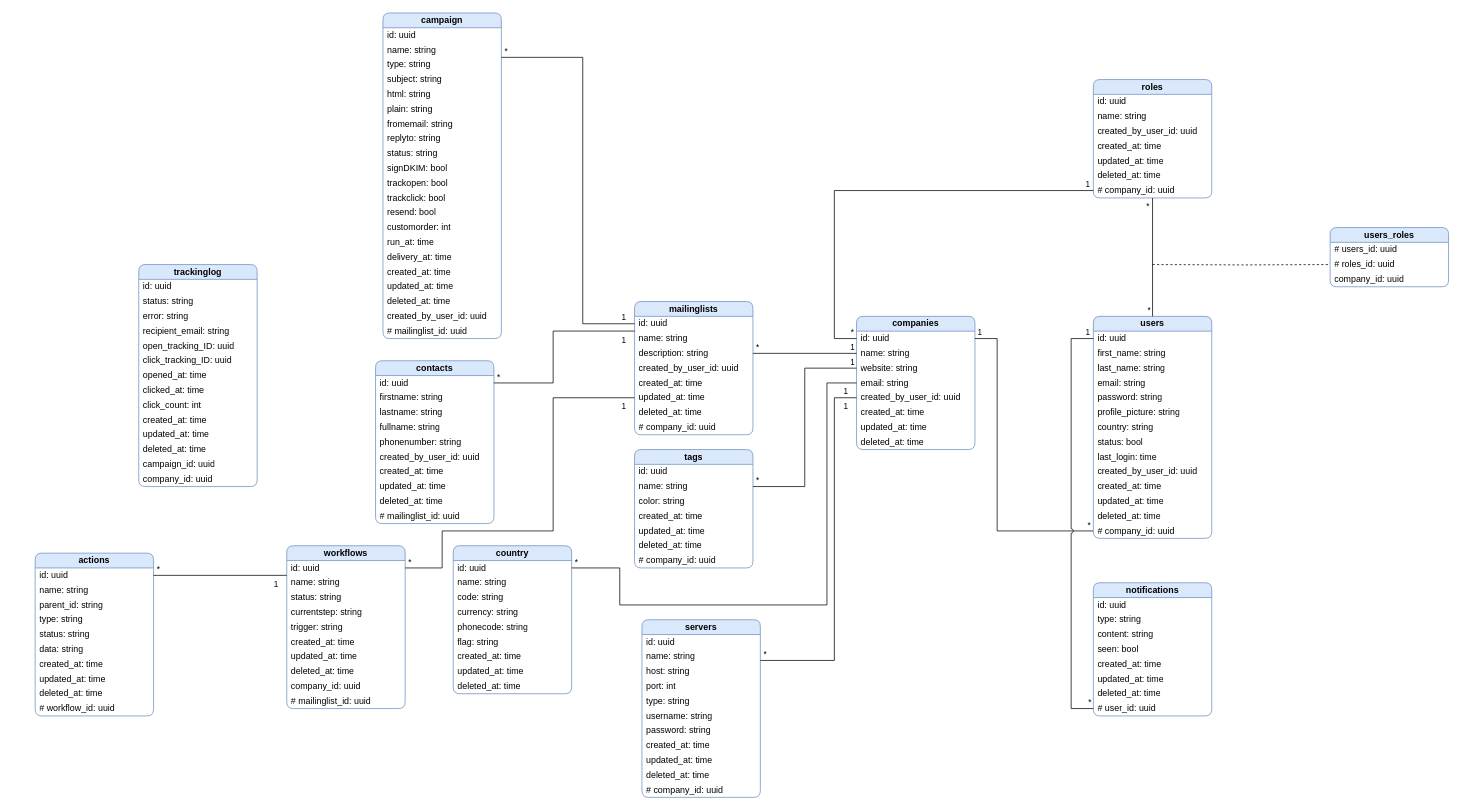
This is your_project/class_diagram.drawio from wassim20/golang, a draw.io file, before an edit. Source tidied: cells renumbered, new cells numbered last; positions are measured from the earlier drawing's top-left corner, leaving out a move shared by most shapes. Both pictures are drawn from the tidied source at 74%, with x=0, y=0 at pixel (35, 13).
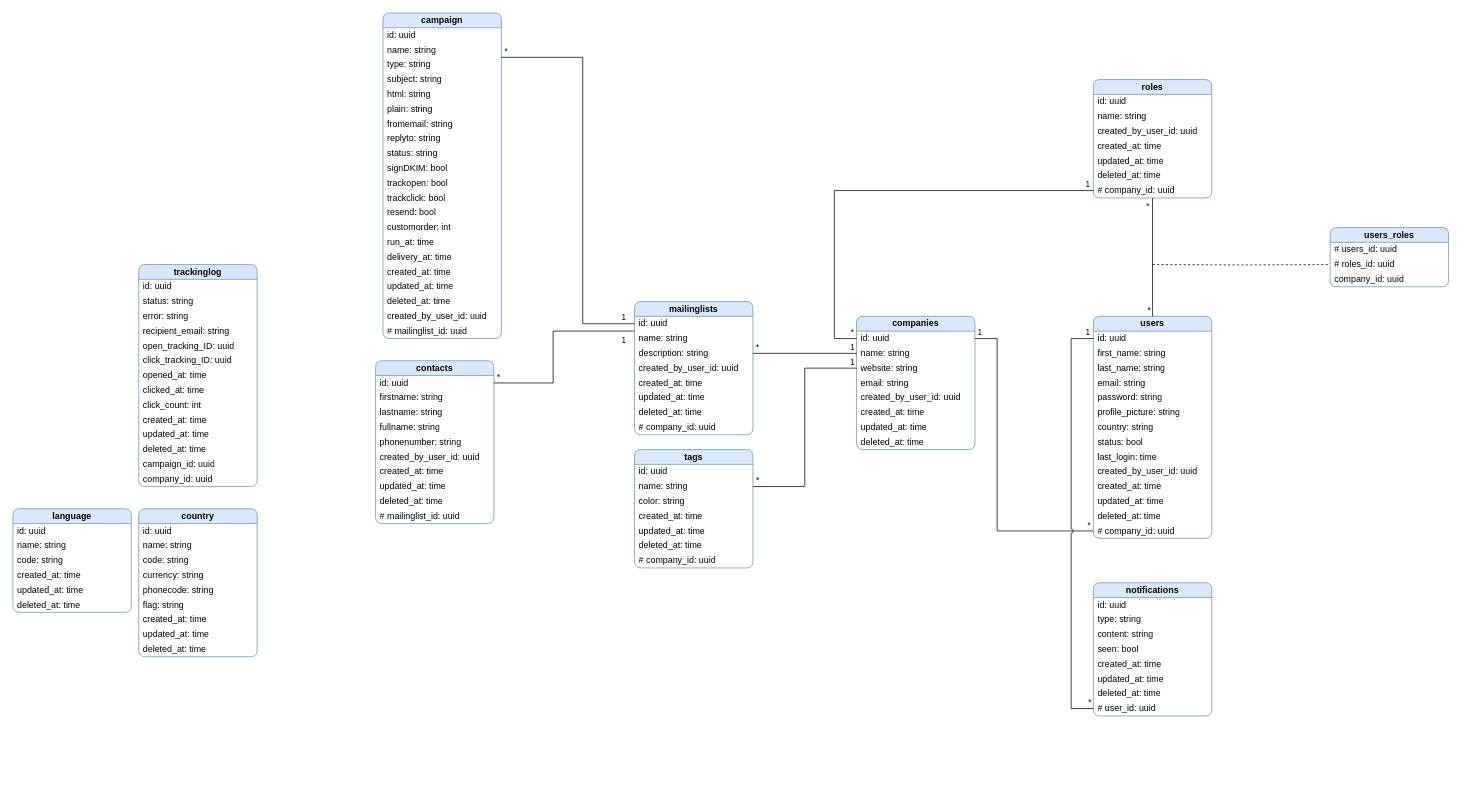
After the change.

Commit message (it also covers changes not shown here):
workflow fully done

The change refers to these unchanged cells:
```xml
<mxCell id="6" value="email: string" style="text;html=1;strokeColor=none;fillColor=none;align=left;verticalAlign=middle;spacingLeft=4;spacingRight=4;overflow=hidden;points=[[0,0.5],[1,0.5]];portConstraint=eastwest;whiteSpace=wrap;" parent="2" vertex="1">
  <mxGeometry y="80" width="160" height="20" as="geometry" />
</mxCell>
<mxCell id="7" value="created_by_user_id: uuid" style="text;html=1;strokeColor=none;fillColor=none;align=left;verticalAlign=middle;spacingLeft=4;spacingRight=4;overflow=hidden;points=[[0,0.5],[1,0.5]];portConstraint=eastwest;whiteSpace=wrap;" parent="2" vertex="1">
  <mxGeometry y="100" width="160" height="20" as="geometry" />
</mxCell>
<mxCell id="138" value="id: uuid" style="text;html=1;strokeColor=none;fillColor=none;align=left;verticalAlign=middle;spacingLeft=4;spacingRight=4;overflow=hidden;points=[[0,0.5],[1,0.5]];portConstraint=eastwest;whiteSpace=wrap;" parent="137" vertex="1">
  <mxGeometry y="20" width="160" height="20" as="geometry" />
</mxCell>
```

What changed in the source:
```diff
@@
     <mxCell id="137" value="&lt;b&gt;country&lt;/b&gt;" style="swimlane;fontStyle=0;align=center;verticalAlign=middle;horizontal=1;startSize=20;html=1;whiteSpace=wrap;rounded=1;fillColor=#dae8fc;strokeColor=#6c8ebf;" parent="1" vertex="1">
-      <mxGeometry x="565" y="720" width="160" height="200" as="geometry" />
+      <mxGeometry x="140" y="670" width="160" height="200" as="geometry" />
     </mxCell>
@@
-    <mxCell id="147" style="endArrow=none;html=1;edgeStyle=orthogonalEdgeStyle;rounded=0;jumpStyle=arc;exitX=0;exitY=0.5;exitDx=0;exitDy=0;entryX=1;entryY=0.5;entryDx=0;entryDy=0;" parent="1" edge="1" source="6" target="138">
-      <mxGeometry relative="1" as="geometry">
-        <Array as="points">
-          <mxPoint x="1070" y="500" />
-          <mxPoint x="1070" y="800" />
-          <mxPoint x="790" y="800" />
-          <mxPoint x="790" y="750" />
-        </Array>
-      </mxGeometry>
-    </mxCell>
-    <mxCell id="148" value="1" style="edgeLabel;html=1;align=left;verticalAlign=bottom;" parent="147" vertex="1">
-      <mxGeometry x="-1" relative="1" as="geometry">
-        <mxPoint x="-19" y="20" as="offset" />
-      </mxGeometry>
-    </mxCell>
-    <mxCell id="149" value="*" style="edgeLabel;html=1;align=right;verticalAlign=bottom;" parent="147" vertex="1">
-      <mxGeometry x="1" relative="1" as="geometry">
-        <mxPoint x="9" as="offset" />
-      </mxGeometry>
-    </mxCell>
-    <mxCell id="150" value="&lt;b&gt;servers&lt;/b&gt;" style="swimlane;fontStyle=0;align=center;verticalAlign=middle;horizontal=1;startSize=20;html=1;whiteSpace=wrap;rounded=1;fillColor=#dae8fc;strokeColor=#6c8ebf;" parent="1" vertex="1">
-      <mxGeometry x="820" y="820" width="160" height="240" as="geometry" />
-    </mxCell>
-    <mxCell id="151" value="id: uuid" style="text;html=1;strokeColor=none;fillColor=none;align=left;verticalAlign=middle;spacingLeft=4;spacingRight=4;overflow=hidden;whiteSpace=wrap;" parent="150" vertex="1">
-      <mxGeometry y="20" width="160" height="20" as="geometry" />
-    </mxCell>
-    <mxCell id="152" value="name: string" style="text;html=1;strokeColor=none;fillColor=none;align=left;verticalAlign=middle;spacingLeft=4;spacingRight=4;overflow=hidden;whiteSpace=wrap;" parent="150" vertex="1">
-      <mxGeometry y="40" width="160" height="20" as="geometry" />
-    </mxCell>
-    <mxCell id="153" value="host: string" style="text;html=1;strokeColor=none;fillColor=none;align=left;verticalAlign=middle;spacingLeft=4;spacingRight=4;overflow=hidden;whiteSpace=wrap;" parent="150" vertex="1">
-      <mxGeometry y="60" width="160" height="20" as="geometry" />
-    </mxCell>
-    <mxCell id="154" value="port: int" style="text;html=1;strokeColor=none;fillColor=none;align=left;verticalAlign=middle;spacingLeft=4;spacingRight=4;overflow=hidden;whiteSpace=wrap;" parent="150" vertex="1">
-      <mxGeometry y="80" width="160" height="20" as="geometry" />
-    </mxCell>
-    <mxCell id="155" value="type: string" style="text;html=1;strokeColor=none;fillColor=none;align=left;verticalAlign=middle;spacingLeft=4;spacingRight=4;overflow=hidden;whiteSpace=wrap;" parent="150" vertex="1">
-      <mxGeometry y="100" width="160" height="20" as="geometry" />
-    </mxCell>
-    <mxCell id="156" value="username: string" style="text;html=1;strokeColor=none;fillColor=none;align=left;verticalAlign=middle;spacingLeft=4;spacingRight=4;overflow=hidden;whiteSpace=wrap;" parent="150" vertex="1">
-      <mxGeometry y="120" width="160" height="20" as="geometry" />
-    </mxCell>
-    <mxCell id="157" value="password: string" style="text;html=1;strokeColor=none;fillColor=none;align=left;verticalAlign=middle;spacingLeft=4;spacingRight=4;overflow=hidden;whiteSpace=wrap;" parent="150" vertex="1">
-      <mxGeometry y="140" width="160" height="20" as="geometry" />
-    </mxCell>
-    <mxCell id="158" value="created_at:&amp;nbsp;time" style="text;html=1;strokeColor=none;fillColor=none;align=left;verticalAlign=middle;spacingLeft=4;spacingRight=4;overflow=hidden;whiteSpace=wrap;" parent="150" vertex="1">
-      <mxGeometry y="160" width="160" height="20" as="geometry" />
-    </mxCell>
-    <mxCell id="159" value="updated_at:&amp;nbsp;time" style="text;html=1;strokeColor=none;fillColor=none;align=left;verticalAlign=middle;spacingLeft=4;spacingRight=4;overflow=hidden;whiteSpace=wrap;" parent="150" vertex="1">
-      <mxGeometry y="180" width="160" height="20" as="geometry" />
-    </mxCell>
-    <mxCell id="160" value="deleted_at:&amp;nbsp;time" style="text;html=1;strokeColor=none;fillColor=none;align=left;verticalAlign=middle;spacingLeft=4;spacingRight=4;overflow=hidden;whiteSpace=wrap;" parent="150" vertex="1">
-      <mxGeometry y="200" width="160" height="20" as="geometry" />
-    </mxCell>
-    <mxCell id="161" value="# company_id:&amp;nbsp;uuid" style="text;html=1;strokeColor=none;fillColor=none;align=left;verticalAlign=middle;spacingLeft=4;spacingRight=4;overflow=hidden;whiteSpace=wrap;" parent="150" vertex="1">
-      <mxGeometry y="220" width="160" height="20" as="geometry" />
-    </mxCell>
-    <mxCell id="162" value="&lt;b&gt;workflows&lt;/b&gt;" style="swimlane;fontStyle=0;align=center;verticalAlign=middle;horizontal=1;startSize=20;html=1;whiteSpace=wrap;rounded=1;fillColor=#dae8fc;strokeColor=#6c8ebf;" parent="1" vertex="1">
-      <mxGeometry x="340" y="720" width="160" height="220" as="geometry" />
-    </mxCell>
-    <mxCell id="163" value="id: uuid" style="text;html=1;strokeColor=none;fillColor=none;align=left;verticalAlign=middle;spacingLeft=4;spacingRight=4;overflow=hidden;points=[[0,0.5],[1,0.5]];portConstraint=eastwest;whiteSpace=wrap;" parent="162" vertex="1">
-      <mxGeometry y="20" width="160" height="20" as="geometry" />
-    </mxCell>
-    <mxCell id="164" value="name: string" style="text;html=1;strokeColor=none;fillColor=none;align=left;verticalAlign=middle;spacingLeft=4;spacingRight=4;overflow=hidden;whiteSpace=wrap;" parent="162" vertex="1">
-      <mxGeometry y="40" width="160" height="20" as="geometry" />
-    </mxCell>
-    <mxCell id="165" value="status: string" style="text;html=1;strokeColor=none;fillColor=none;align=left;verticalAlign=middle;spacingLeft=4;spacingRight=4;overflow=hidden;whiteSpace=wrap;" parent="162" vertex="1">
-      <mxGeometry y="60" width="160" height="20" as="geometry" />
-    </mxCell>
-    <mxCell id="166" value="currentstep: string" style="text;html=1;strokeColor=none;fillColor=none;align=left;verticalAlign=middle;spacingLeft=4;spacingRight=4;overflow=hidden;whiteSpace=wrap;" parent="162" vertex="1">
-      <mxGeometry y="80" width="160" height="20" as="geometry" />
-    </mxCell>
-    <mxCell id="167" value="trigger: string" style="text;html=1;strokeColor=none;fillColor=none;align=left;verticalAlign=middle;spacingLeft=4;spacingRight=4;overflow=hidden;whiteSpace=wrap;" parent="162" vertex="1">
-      <mxGeometry y="100" width="160" height="20" as="geometry" />
-    </mxCell>
-    <mxCell id="168" value="created_at:&amp;nbsp;time" style="text;html=1;strokeColor=none;fillColor=none;align=left;verticalAlign=middle;spacingLeft=4;spacingRight=4;overflow=hidden;whiteSpace=wrap;" parent="162" vertex="1">
-      <mxGeometry y="120" width="160" height="20" as="geometry" />
-    </mxCell>
-    <mxCell id="169" value="updated_at:&amp;nbsp;time" style="text;html=1;strokeColor=none;fillColor=none;align=left;verticalAlign=middle;spacingLeft=4;spacingRight=4;overflow=hidden;whiteSpace=wrap;" parent="162" vertex="1">
-      <mxGeometry y="140" width="160" height="20" as="geometry" />
-    </mxCell>
-    <mxCell id="170" value="deleted_at:&amp;nbsp;time" style="text;html=1;strokeColor=none;fillColor=none;align=left;verticalAlign=middle;spacingLeft=4;spacingRight=4;overflow=hidden;whiteSpace=wrap;" parent="162" vertex="1">
-      <mxGeometry y="160" width="160" height="20" as="geometry" />
-    </mxCell>
-    <mxCell id="171" value="company_id:&amp;nbsp;uuid" style="text;html=1;strokeColor=none;fillColor=none;align=left;verticalAlign=middle;spacingLeft=4;spacingRight=4;overflow=hidden;whiteSpace=wrap;" parent="162" vertex="1">
-      <mxGeometry y="180" width="160" height="20" as="geometry" />
-    </mxCell>
-    <mxCell id="172" value="# mailinglist_id:&amp;nbsp;uuid" style="text;html=1;strokeColor=none;fillColor=none;align=left;verticalAlign=middle;spacingLeft=4;spacingRight=4;overflow=hidden;whiteSpace=wrap;" parent="162" vertex="1">
-      <mxGeometry y="200" width="160" height="20" as="geometry" />
-    </mxCell>
-    <mxCell id="173" value="&lt;b&gt;actions&lt;/b&gt;" style="swimlane;fontStyle=0;align=center;verticalAlign=middle;horizontal=1;startSize=20;html=1;whiteSpace=wrap;rounded=1;fillColor=#dae8fc;strokeColor=#6c8ebf;" parent="1" vertex="1">
-      <mxGeometry y="730" width="160" height="220" as="geometry" />
-    </mxCell>
-    <mxCell id="174" value="id: uuid" style="text;html=1;strokeColor=none;fillColor=none;align=left;verticalAlign=middle;spacingLeft=4;spacingRight=4;overflow=hidden;points=[[0,0.5],[1,0.5]];portConstraint=eastwest;whiteSpace=wrap;" parent="173" vertex="1">
-      <mxGeometry y="20" width="160" height="20" as="geometry" />
-    </mxCell>
-    <mxCell id="175" value="name: string" style="text;html=1;strokeColor=none;fillColor=none;align=left;verticalAlign=middle;spacingLeft=4;spacingRight=4;overflow=hidden;whiteSpace=wrap;" parent="173" vertex="1">
-      <mxGeometry y="40" width="160" height="20" as="geometry" />
-    </mxCell>
-    <mxCell id="176" value="parent_id: string" style="text;html=1;strokeColor=none;fillColor=none;align=left;verticalAlign=middle;spacingLeft=4;spacingRight=4;overflow=hidden;whiteSpace=wrap;" parent="173" vertex="1">
-      <mxGeometry y="60" width="160" height="20" as="geometry" />
-    </mxCell>
-    <mxCell id="177" value="type: string" style="text;html=1;strokeColor=none;fillColor=none;align=left;verticalAlign=middle;spacingLeft=4;spacingRight=4;overflow=hidden;whiteSpace=wrap;" parent="173" vertex="1">
-      <mxGeometry y="80" width="160" height="20" as="geometry" />
-    </mxCell>
-    <mxCell id="178" value="status: string" style="text;html=1;strokeColor=none;fillColor=none;align=left;verticalAlign=middle;spacingLeft=4;spacingRight=4;overflow=hidden;whiteSpace=wrap;" parent="173" vertex="1">
-      <mxGeometry y="100" width="160" height="20" as="geometry" />
-    </mxCell>
-    <mxCell id="179" value="data: string" style="text;html=1;strokeColor=none;fillColor=none;align=left;verticalAlign=middle;spacingLeft=4;spacingRight=4;overflow=hidden;whiteSpace=wrap;" parent="173" vertex="1">
-      <mxGeometry y="120" width="160" height="20" as="geometry" />
-    </mxCell>
-    <mxCell id="180" value="created_at:&amp;nbsp;time" style="text;html=1;strokeColor=none;fillColor=none;align=left;verticalAlign=middle;spacingLeft=4;spacingRight=4;overflow=hidden;whiteSpace=wrap;" parent="173" vertex="1">
-      <mxGeometry y="140" width="160" height="20" as="geometry" />
-    </mxCell>
-    <mxCell id="181" value="updated_at:&amp;nbsp;time" style="text;html=1;strokeColor=none;fillColor=none;align=left;verticalAlign=middle;spacingLeft=4;spacingRight=4;overflow=hidden;whiteSpace=wrap;" parent="173" vertex="1">
-      <mxGeometry y="160" width="160" height="20" as="geometry" />
-    </mxCell>
-    <mxCell id="182" value="deleted_at:&amp;nbsp;time" style="text;html=1;strokeColor=none;fillColor=none;align=left;verticalAlign=middle;spacingLeft=4;spacingRight=4;overflow=hidden;whiteSpace=wrap;" parent="173" vertex="1">
-      <mxGeometry y="180" width="160" height="20" as="geometry" />
-    </mxCell>
-    <mxCell id="183" value="# workflow_id:&amp;nbsp;uuid" style="text;html=1;strokeColor=none;fillColor=none;align=left;verticalAlign=middle;spacingLeft=4;spacingRight=4;overflow=hidden;whiteSpace=wrap;" parent="173" vertex="1">
-      <mxGeometry y="200" width="160" height="20" as="geometry" />
-    </mxCell>
-    <mxCell id="184" style="endArrow=none;html=1;edgeStyle=orthogonalEdgeStyle;rounded=0;jumpStyle=arc;exitX=0.001;exitY=-0.005;exitDx=0;exitDy=0;exitPerimeter=0;entryX=1;entryY=0.5;entryDx=0;entryDy=0;" parent="1" edge="1" target="163">
-      <mxGeometry relative="1" as="geometry">
-        <mxPoint x="810" y="520" as="sourcePoint" />
-        <Array as="points">
-          <mxPoint x="700" y="520" />
-          <mxPoint x="700" y="700" />
-          <mxPoint x="550" y="700" />
-          <mxPoint x="550" y="750" />
-        </Array>
-      </mxGeometry>
-    </mxCell>
-    <mxCell id="185" value="1" style="edgeLabel;html=1;align=left;verticalAlign=bottom;" parent="184" vertex="1">
-      <mxGeometry x="-1" relative="1" as="geometry">
-        <mxPoint x="-19" y="20" as="offset" />
-      </mxGeometry>
-    </mxCell>
-    <mxCell id="186" value="*" style="edgeLabel;html=1;align=right;verticalAlign=bottom;" parent="184" vertex="1">
-      <mxGeometry x="1" relative="1" as="geometry">
-        <mxPoint x="9" as="offset" />
-      </mxGeometry>
-    </mxCell>
-    <mxCell id="187" style="endArrow=none;html=1;edgeStyle=orthogonalEdgeStyle;rounded=0;jumpStyle=arc;entryX=1;entryY=0.5;entryDx=0;entryDy=0;" parent="1" edge="1" target="174">
-      <mxGeometry relative="1" as="geometry">
-        <mxPoint x="340" y="760" as="sourcePoint" />
-        <Array as="points">
-          <mxPoint x="280" y="760" />
-          <mxPoint x="280" y="760" />
-        </Array>
-      </mxGeometry>
-    </mxCell>
-    <mxCell id="188" value="1" style="edgeLabel;html=1;align=left;verticalAlign=bottom;" parent="187" vertex="1">
-      <mxGeometry x="-1" relative="1" as="geometry">
-        <mxPoint x="-19" y="20" as="offset" />
-      </mxGeometry>
-    </mxCell>
-    <mxCell id="189" value="*" style="edgeLabel;html=1;align=right;verticalAlign=bottom;" parent="187" vertex="1">
-      <mxGeometry x="1" relative="1" as="geometry">
-        <mxPoint x="9" as="offset" />
-      </mxGeometry>
-    </mxCell>
-    <mxCell id="190" style="endArrow=none;html=1;edgeStyle=orthogonalEdgeStyle;rounded=0;jumpStyle=arc;exitX=0;exitY=0.5;exitDx=0;exitDy=0;entryX=1;entryY=0.5;entryDx=0;entryDy=0;" parent="1" edge="1" source="7">
-      <mxGeometry relative="1" as="geometry">
-        <mxPoint x="980" y="875" as="targetPoint" />
-        <Array as="points">
-          <mxPoint x="1080" y="520" />
-          <mxPoint x="1080" y="875" />
-        </Array>
-      </mxGeometry>
-    </mxCell>
-    <mxCell id="191" value="1" style="edgeLabel;html=1;align=left;verticalAlign=bottom;" parent="190" vertex="1">
-      <mxGeometry x="-1" relative="1" as="geometry">
-        <mxPoint x="-19" y="20" as="offset" />
-      </mxGeometry>
-    </mxCell>
-    <mxCell id="192" value="*" style="edgeLabel;html=1;align=right;verticalAlign=bottom;" parent="190" vertex="1">
-      <mxGeometry x="1" relative="1" as="geometry">
-        <mxPoint x="9" as="offset" />
-      </mxGeometry>
-    </mxCell>
+    <mxCell id="193" value="&lt;b&gt;language&lt;/b&gt;" style="swimlane;fontStyle=0;align=center;verticalAlign=middle;horizontal=1;startSize=20;html=1;whiteSpace=wrap;rounded=1;fillColor=#dae8fc;strokeColor=#6c8ebf;" parent="1" vertex="1">
+      <mxGeometry x="-30" y="670" width="160" height="140" as="geometry" />
+    </mxCell>
+    <mxCell id="194" value="id: uuid" style="text;html=1;strokeColor=none;fillColor=none;align=left;verticalAlign=middle;spacingLeft=4;spacingRight=4;overflow=hidden;whiteSpace=wrap;" parent="193" vertex="1">
+      <mxGeometry y="20" width="160" height="20" as="geometry" />
+    </mxCell>
+    <mxCell id="195" value="name: string" style="text;html=1;strokeColor=none;fillColor=none;align=left;verticalAlign=middle;spacingLeft=4;spacingRight=4;overflow=hidden;whiteSpace=wrap;" parent="193" vertex="1">
+      <mxGeometry y="40" width="160" height="20" as="geometry" />
+    </mxCell>
+    <mxCell id="196" value="code: string" style="text;html=1;strokeColor=none;fillColor=none;align=left;verticalAlign=middle;spacingLeft=4;spacingRight=4;overflow=hidden;whiteSpace=wrap;" parent="193" vertex="1">
+      <mxGeometry y="60" width="160" height="20" as="geometry" />
+    </mxCell>
+    <mxCell id="197" value="created_at:&amp;nbsp;time" style="text;html=1;strokeColor=none;fillColor=none;align=left;verticalAlign=middle;spacingLeft=4;spacingRight=4;overflow=hidden;whiteSpace=wrap;" parent="193" vertex="1">
+      <mxGeometry y="80" width="160" height="20" as="geometry" />
+    </mxCell>
+    <mxCell id="198" value="updated_at:&amp;nbsp;time" style="text;html=1;strokeColor=none;fillColor=none;align=left;verticalAlign=middle;spacingLeft=4;spacingRight=4;overflow=hidden;whiteSpace=wrap;" parent="193" vertex="1">
+      <mxGeometry y="100" width="160" height="20" as="geometry" />
+    </mxCell>
+    <mxCell id="199" value="deleted_at:&amp;nbsp;time" style="text;html=1;strokeColor=none;fillColor=none;align=left;verticalAlign=middle;spacingLeft=4;spacingRight=4;overflow=hidden;whiteSpace=wrap;" parent="193" vertex="1">
+      <mxGeometry y="120" width="160" height="20" as="geometry" />
+    </mxCell>
```
